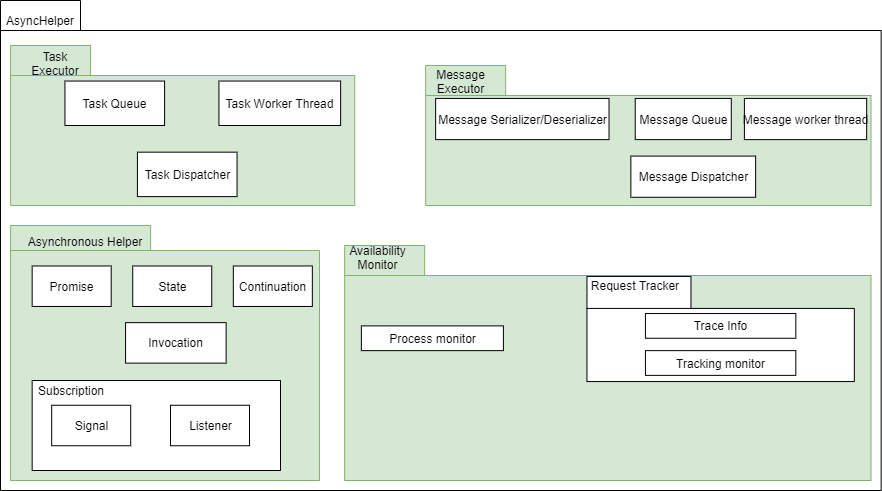
The draw.io diagram doc/SA cert/Design/figures/scalability/scalability-asynhelper.png in taikt/codefun, before a commit. Source tidied: cells renumbered, new cells last; positions are measured from the earlier drawing's top-left corner, leaving out a move shared by most shapes.
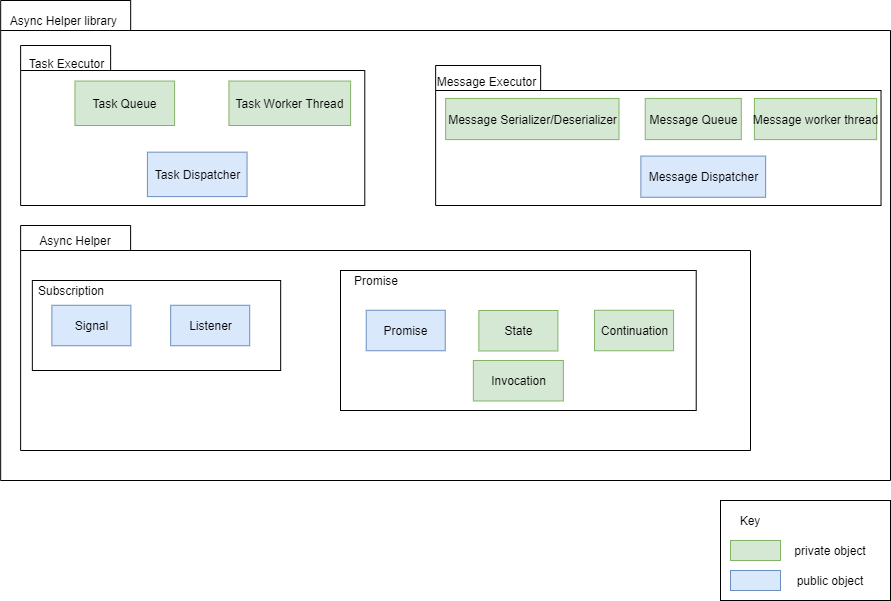
After the change.

Diff of the diagram source:
```diff
@@ -2,101 +2,104 @@
   <root>
     <mxCell id="0" />
     <mxCell id="1" parent="0" />
-    <mxCell id="2" style="shape=folder;fontStyle=1;tabWidth=80;tabHeight=30;tabPosition=left;html=1;boundedLbl=1;" parent="1" vertex="1">
-      <mxGeometry width="880.6" height="490" as="geometry" />
+    <mxCell id="2" style="shape=folder;fontStyle=1;tabWidth=130;tabHeight=30;tabPosition=left;html=1;boundedLbl=1;" parent="1" vertex="1">
+      <mxGeometry x="-9.8" width="889.8" height="480" as="geometry" />
     </mxCell>
-    <mxCell id="3" value="AsyncHelper" style="text;html=1;strokeColor=none;fillColor=none;align=center;verticalAlign=middle;whiteSpace=wrap;rounded=0;" parent="1" vertex="1">
-      <mxGeometry x="20.2" y="10" width="40.5" height="20" as="geometry" />
+    <mxCell id="3" value="Async Helper library&amp;nbsp;" style="text;html=1;strokeColor=none;fillColor=none;align=center;verticalAlign=middle;whiteSpace=wrap;rounded=0;" parent="1" vertex="1">
+      <mxGeometry x="-9.8" y="10" width="129.8" height="20" as="geometry" />
     </mxCell>
     <mxCell id="4" style="group;" parent="1" vertex="1">
       <mxGeometry x="10.1" y="45" width="344.2" height="160" as="geometry" />
     </mxCell>
-    <mxCell id="5" style="shape=folder;fontStyle=1;tabWidth=80;tabHeight=30;tabPosition=left;html=1;boundedLbl=1;fillColor=#d5e8d4;strokeColor=#82b366;" parent="4" vertex="1">
+    <mxCell id="5" style="shape=folder;fontStyle=1;tabWidth=90;tabHeight=25;tabPosition=left;html=1;boundedLbl=1;" parent="4" vertex="1">
       <mxGeometry width="344.2" height="160" as="geometry" />
     </mxCell>
     <mxCell id="6" value="Task Executor" style="text;html=1;strokeColor=none;fillColor=none;align=center;verticalAlign=middle;whiteSpace=wrap;rounded=0;" parent="4" vertex="1">
-      <mxGeometry x="27.2" y="8.9" width="36.2" height="17.8" as="geometry" />
+      <mxGeometry y="8.9" width="92.8" height="17.8" as="geometry" />
     </mxCell>
-    <mxCell id="7" value="Task Queue" style="html=1;" parent="4" vertex="1">
+    <mxCell id="7" value="Task Queue" style="html=1;fillColor=#d5e8d4;strokeColor=#82b366;" parent="4" vertex="1">
       <mxGeometry x="54.3" y="35.6" width="99.6" height="44.4" as="geometry" />
     </mxCell>
-    <mxCell id="8" value="Task Dispatcher" style="html=1;" parent="4" vertex="1">
+    <mxCell id="8" value="Task Dispatcher" style="html=1;fillColor=#dae8fc;strokeColor=#6c8ebf;" parent="4" vertex="1">
       <mxGeometry x="126.8" y="106.7" width="99.6" height="44.4" as="geometry" />
     </mxCell>
-    <mxCell id="9" value="Task Worker Thread" style="html=1;" parent="4" vertex="1">
+    <mxCell id="9" value="Task Worker Thread" style="html=1;fillColor=#d5e8d4;strokeColor=#82b366;" parent="4" vertex="1">
       <mxGeometry x="208.3" y="35.6" width="121.7" height="44.4" as="geometry" />
     </mxCell>
     <mxCell id="10" style="group;" parent="1" vertex="1">
       <mxGeometry x="425.1" y="65" width="445.4" height="140" as="geometry" />
     </mxCell>
-    <mxCell id="11" style="shape=folder;fontStyle=1;tabWidth=80;tabHeight=30;tabPosition=left;html=1;boundedLbl=1;fillColor=#d5e8d4;strokeColor=#82b366;" parent="10" vertex="1">
+    <mxCell id="11" style="shape=folder;fontStyle=1;tabWidth=105;tabHeight=25;tabPosition=left;html=1;boundedLbl=1;" parent="10" vertex="1">
       <mxGeometry width="445.4" height="140" as="geometry" />
     </mxCell>
     <mxCell id="12" value="Message Executor" style="text;html=1;strokeColor=none;fillColor=none;align=center;verticalAlign=middle;whiteSpace=wrap;rounded=0;" parent="10" vertex="1">
-      <mxGeometry x="17.5" y="8.2" width="34.9" height="16.5" as="geometry" />
+      <mxGeometry y="8.2" width="102.5" height="16.5" as="geometry" />
     </mxCell>
-    <mxCell id="13" value="Message Queue" style="html=1;" parent="10" vertex="1">
+    <mxCell id="13" value="Message Queue" style="html=1;fillColor=#d5e8d4;strokeColor=#82b366;" parent="10" vertex="1">
       <mxGeometry x="209.6" y="32.9" width="96.1" height="41.2" as="geometry" />
     </mxCell>
-    <mxCell id="14" value="Message Dispatcher" style="html=1;" parent="10" vertex="1">
+    <mxCell id="14" value="Message Dispatcher" style="html=1;fillColor=#dae8fc;strokeColor=#6c8ebf;" parent="10" vertex="1">
       <mxGeometry x="205.2" y="90.6" width="124.8" height="41.2" as="geometry" />
     </mxCell>
-    <mxCell id="15" value="Message Serializer/Deserializer" style="html=1;" parent="10" vertex="1">
+    <mxCell id="15" value="Message Serializer/Deserializer" style="html=1;fillColor=#d5e8d4;strokeColor=#82b366;" parent="10" vertex="1">
       <mxGeometry x="10" y="32.9" width="173.4" height="41.2" as="geometry" />
     </mxCell>
-    <mxCell id="16" value="Message worker thread" style="html=1;" parent="10" vertex="1">
+    <mxCell id="16" value="Message worker thread" style="html=1;fillColor=#d5e8d4;strokeColor=#82b366;" parent="10" vertex="1">
       <mxGeometry x="318.8" y="32.9" width="122.3" height="41.2" as="geometry" />
     </mxCell>
-    <mxCell id="17" style="shape=folder;fontStyle=1;tabWidth=140;tabHeight=25;tabPosition=left;html=1;boundedLbl=1;fillColor=#d5e8d4;strokeColor=#82b366;" parent="1" vertex="1">
-      <mxGeometry x="10.1" y="225" width="308.9" height="255" as="geometry" />
+    <mxCell id="17" style="shape=folder;fontStyle=1;tabWidth=110;tabHeight=25;tabPosition=left;html=1;boundedLbl=1;" parent="1" vertex="1">
+      <mxGeometry x="10.1" y="225" width="729.9" height="225" as="geometry" />
     </mxCell>
-    <mxCell id="18" value="Asynchronous Helper" style="text;html=1;strokeColor=none;fillColor=none;align=center;verticalAlign=middle;whiteSpace=wrap;rounded=0;" parent="1" vertex="1">
-      <mxGeometry x="10.1" y="233.1" width="150" height="16.2" as="geometry" />
+    <mxCell id="18" value="Async Helper" style="text;html=1;strokeColor=none;fillColor=none;align=center;verticalAlign=middle;whiteSpace=wrap;rounded=0;" parent="1" vertex="1">
+      <mxGeometry x="20" y="231.9" width="90" height="16.2" as="geometry" />
     </mxCell>
-    <mxCell id="19" value="State" style="html=1;" parent="1" vertex="1">
-      <mxGeometry x="132.2" y="265.5" width="79" height="40.5" as="geometry" />
-    </mxCell>
-    <mxCell id="20" value="Continuation" style="html=1;" parent="1" vertex="1">
-      <mxGeometry x="232.8" y="265.5" width="79" height="40.5" as="geometry" />
-    </mxCell>
-    <mxCell id="21" value="Promise" style="html=1;" parent="1" vertex="1">
-      <mxGeometry x="31.7" y="265.5" width="79" height="40.5" as="geometry" />
-    </mxCell>
-    <mxCell id="22" value="Invocation" style="html=1;" parent="1" vertex="1">
-      <mxGeometry x="125.1" y="322.1" width="100.6" height="40.5" as="geometry" />
-    </mxCell>
-    <mxCell id="23" style="html=1;" parent="1" vertex="1">
-      <mxGeometry x="31.7" y="380" width="248.3" height="90" as="geometry" />
+    <mxCell id="23" style="html=1;fillColor=none;" parent="1" vertex="1">
+      <mxGeometry x="21.8" y="280" width="248.3" height="90" as="geometry" />
     </mxCell>
     <mxCell id="24" value="Subscription" style="text;html=1;strokeColor=none;fillColor=none;align=center;verticalAlign=middle;whiteSpace=wrap;rounded=0;" parent="1" vertex="1">
-      <mxGeometry x="51.2" y="380" width="40" height="20" as="geometry" />
+      <mxGeometry x="41.4" y="280" width="40" height="20" as="geometry" />
     </mxCell>
-    <mxCell id="25" value="Signal" style="html=1;" parent="1" vertex="1">
-      <mxGeometry x="51.2" y="404.8" width="79" height="40.5" as="geometry" />
+    <mxCell id="25" value="Signal" style="html=1;fillColor=#dae8fc;strokeColor=#6c8ebf;" parent="1" vertex="1">
+      <mxGeometry x="41.4" y="304.8" width="79" height="40.5" as="geometry" />
     </mxCell>
-    <mxCell id="26" value="Listener" style="html=1;" parent="1" vertex="1">
-      <mxGeometry x="170" y="404.8" width="79" height="40.5" as="geometry" />
+    <mxCell id="26" value="Listener" style="html=1;fillColor=#dae8fc;strokeColor=#6c8ebf;" parent="1" vertex="1">
+      <mxGeometry x="160.2" y="304.8" width="79" height="40.5" as="geometry" />
     </mxCell>
-    <mxCell id="27" style="shape=folder;fontStyle=1;tabWidth=80;tabHeight=30;tabPosition=left;html=1;boundedLbl=1;fillColor=#d5e8d4;strokeColor=#82b366;" parent="1" vertex="1">
-      <mxGeometry x="344.2" y="245" width="526.4" height="235" as="geometry" />
-    </mxCell>
-    <mxCell id="28" value="Availability Monitor" style="text;html=1;strokeColor=none;fillColor=none;align=center;verticalAlign=middle;whiteSpace=wrap;rounded=0;" parent="1" vertex="1">
-      <mxGeometry x="360.9" y="251.2" width="33.4" height="12.4" as="geometry" />
-    </mxCell>
-    <mxCell id="29" value="Process monitor" style="html=1;" parent="1" vertex="1">
-      <mxGeometry x="360.9" y="325.4" width="142" height="24.7" as="geometry" />
-    </mxCell>
-    <mxCell id="30" style="shape=folder;fontStyle=1;tabWidth=104;tabHeight=32;tabPosition=left;html=1;boundedLbl=1;" parent="1" vertex="1">
-      <mxGeometry x="586.5" y="275.9" width="267.4" height="105.1" as="geometry" />
-    </mxCell>
-    <mxCell id="31" value="Request Tracker" style="text;html=1;strokeColor=none;fillColor=none;align=center;verticalAlign=middle;whiteSpace=wrap;rounded=0;" parent="1" vertex="1">
-      <mxGeometry x="586.5" y="275.9" width="97.7" height="18.6" as="geometry" />
-    </mxCell>
-    <mxCell id="32" value="Tracking monitor" style="html=1;" parent="1" vertex="1">
-      <mxGeometry x="644.9" y="350.1" width="150.4" height="24.7" as="geometry" />
-    </mxCell>
-    <mxCell id="33" value="Trace Info" style="html=1;" parent="1" vertex="1">
-      <mxGeometry x="644.9" y="313" width="150.4" height="24.7" as="geometry" />
-    </mxCell>
+    <mxCell id="34" style="rounded=0;whiteSpace=wrap;html=1;fillColor=none;" parent="1" vertex="1">
+      <mxGeometry x="330" y="270" width="355.7" height="140" as="geometry" />
+    </mxCell>
+    <mxCell id="35" value="Promise" style="html=1;fillColor=#dae8fc;strokeColor=#6c8ebf;" parent="1" vertex="1">
+      <mxGeometry x="355.7" y="309.8" width="79" height="40.5" as="geometry" />
+    </mxCell>
+    <mxCell id="19" value="State" style="html=1;fillColor=#d5e8d4;strokeColor=#82b366;" parent="1" vertex="1">
+      <mxGeometry x="468.4" y="310" width="79" height="40.5" as="geometry" />
+    </mxCell>
+    <mxCell id="20" value="Continuation" style="html=1;fillColor=#d5e8d4;strokeColor=#82b366;" parent="1" vertex="1">
+      <mxGeometry x="584" y="309.8" width="79" height="40.5" as="geometry" />
+    </mxCell>
+    <mxCell id="22" value="Invocation" style="html=1;fillColor=#d5e8d4;strokeColor=#82b366;" parent="1" vertex="1">
+      <mxGeometry x="462.9" y="360" width="90" height="40.5" as="geometry" />
+    </mxCell>
+    <mxCell id="36" value="Promise" style="text;html=1;strokeColor=none;fillColor=none;align=center;verticalAlign=middle;whiteSpace=wrap;rounded=0;" parent="1" vertex="1">
+      <mxGeometry x="345.7" y="270" width="40" height="20" as="geometry" />
+    </mxCell>
+    <mxCell id="37" style="rounded=0;whiteSpace=wrap;html=1;" parent="1" vertex="1">
+      <mxGeometry x="710" y="500" width="170" height="100" as="geometry" />
+    </mxCell>
+    <mxCell id="38" value="Key" style="text;html=1;strokeColor=none;fillColor=none;align=center;verticalAlign=middle;whiteSpace=wrap;rounded=0;" parent="1" vertex="1">
+      <mxGeometry x="720" y="510" width="40" height="20" as="geometry" />
+    </mxCell>
+    <mxCell id="39" style="rounded=0;whiteSpace=wrap;html=1;fillColor=#d5e8d4;strokeColor=#82b366;" parent="1" vertex="1">
+      <mxGeometry x="720" y="540" width="50" height="20" as="geometry" />
+    </mxCell>
+    <mxCell id="40" style="rounded=0;whiteSpace=wrap;html=1;fillColor=#dae8fc;strokeColor=#6c8ebf;" parent="1" vertex="1">
+      <mxGeometry x="720" y="570" width="50" height="20" as="geometry" />
+    </mxCell>
+    <mxCell id="41" value="private object" style="text;html=1;strokeColor=none;fillColor=none;align=center;verticalAlign=middle;whiteSpace=wrap;rounded=0;" parent="1" vertex="1">
+      <mxGeometry x="780" y="540" width="80" height="20" as="geometry" />
+    </mxCell>
+    <mxCell id="42" value="public object" style="text;html=1;strokeColor=none;fillColor=none;align=center;verticalAlign=middle;whiteSpace=wrap;rounded=0;" parent="1" vertex="1">
+      <mxGeometry x="780" y="570" width="80" height="20" as="geometry" />
+    </mxCell>
   </root>
 </mxGraphModel>
```
